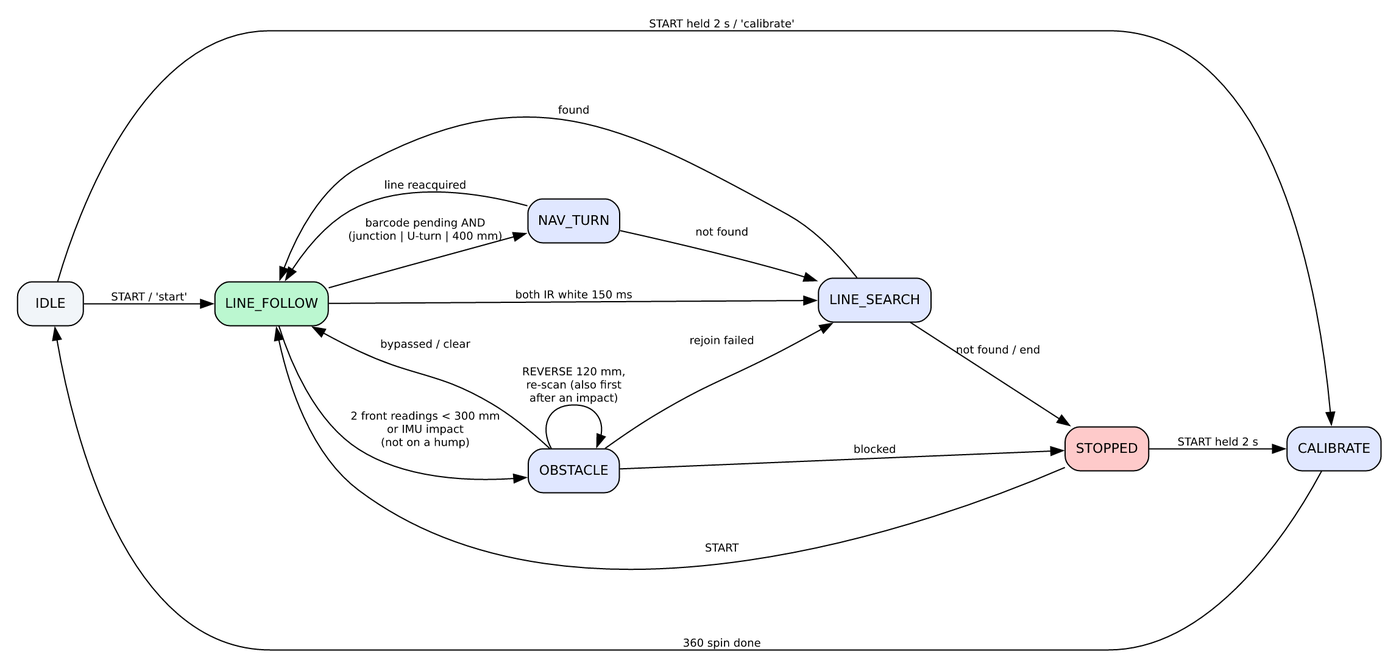
Before: docs/img/states.png, a diagram exported from Graphviz (lennoly/INF2004_Grp5). Its source is kept beside it as docs/img/states.dot. The source it was exported from:
```dot
digraph S {
  graph [rankdir=LR, fontname="Helvetica", nodesep=0.5, ranksep=0.7, pad=0.2];
  node [shape=box, style="rounded,filled", fillcolor="#e0e7ff", fontname="Helvetica", fontsize=11];
  edge [fontname="Helvetica", fontsize=9];
  IDLE -> CALIBRATE [label="START held 2 s / 'calibrate'"]; CALIBRATE -> IDLE [label="360 spin done"];
  IDLE -> LINE_FOLLOW [label="START / 'start'"];
  LINE_FOLLOW -> NAV_TURN [label="barcode pending AND\n(junction | U-turn | 400 mm)"];
  NAV_TURN -> LINE_FOLLOW [label="line reacquired"]; NAV_TURN -> LINE_SEARCH [label="not found"];
  LINE_FOLLOW -> LINE_SEARCH [label="both IR white 150 ms"];
  LINE_SEARCH -> LINE_FOLLOW [label="found"]; LINE_SEARCH -> STOPPED [label="not found / end"];
  LINE_FOLLOW -> OBSTACLE [label="2 front readings < 300 mm\nor IMU impact\n(not on a hump)"];
  OBSTACLE -> OBSTACLE [label="REVERSE 120 mm,\nre-scan (also first\nafter an impact)"];
  OBSTACLE -> LINE_FOLLOW [label="bypassed / clear"]; OBSTACLE -> LINE_SEARCH [label="rejoin failed"];
  OBSTACLE -> STOPPED [label="blocked"];
  STOPPED -> LINE_FOLLOW [label="START"]; STOPPED -> CALIBRATE [label="START held 2 s"];
  IDLE [fillcolor="#f1f5f9"]; STOPPED [fillcolor="#fecaca"]; LINE_FOLLOW [fillcolor="#bbf7d0"];
}
```
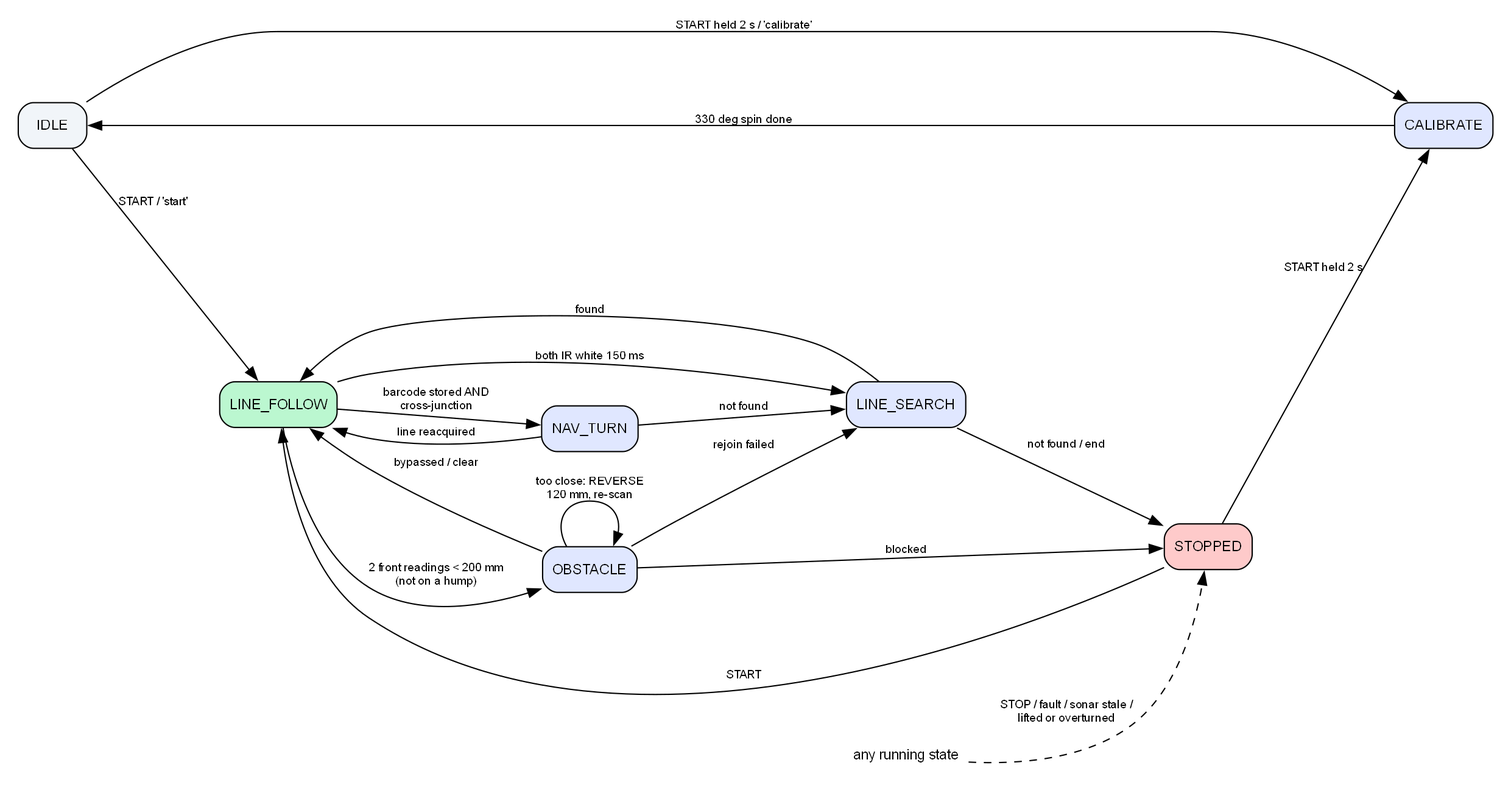
After the change.

Diff of the diagram source:
```diff
@@ -2,16 +2,18 @@
   graph [rankdir=LR, fontname="Helvetica", nodesep=0.5, ranksep=0.7, pad=0.2];
   node [shape=box, style="rounded,filled", fillcolor="#e0e7ff", fontname="Helvetica", fontsize=11];
   edge [fontname="Helvetica", fontsize=9];
-  IDLE -> CALIBRATE [label="START held 2 s / 'calibrate'"]; CALIBRATE -> IDLE [label="360 spin done"];
+  IDLE -> CALIBRATE [label="START held 2 s / 'calibrate'"]; CALIBRATE -> IDLE [label="330 deg spin done"];
   IDLE -> LINE_FOLLOW [label="START / 'start'"];
-  LINE_FOLLOW -> NAV_TURN [label="barcode pending AND\n(junction | U-turn | 400 mm)"];
+  LINE_FOLLOW -> NAV_TURN [label="barcode stored AND\ncross-junction"];
   NAV_TURN -> LINE_FOLLOW [label="line reacquired"]; NAV_TURN -> LINE_SEARCH [label="not found"];
   LINE_FOLLOW -> LINE_SEARCH [label="both IR white 150 ms"];
   LINE_SEARCH -> LINE_FOLLOW [label="found"]; LINE_SEARCH -> STOPPED [label="not found / end"];
-  LINE_FOLLOW -> OBSTACLE [label="2 front readings < 300 mm\nor IMU impact\n(not on a hump)"];
-  OBSTACLE -> OBSTACLE [label="REVERSE 120 mm,\nre-scan (also first\nafter an impact)"];
+  LINE_FOLLOW -> OBSTACLE [label="2 front readings < 200 mm\n(not on a hump)"];
+  OBSTACLE -> OBSTACLE [label="too close: REVERSE\n120 mm, re-scan"];
   OBSTACLE -> LINE_FOLLOW [label="bypassed / clear"]; OBSTACLE -> LINE_SEARCH [label="rejoin failed"];
   OBSTACLE -> STOPPED [label="blocked"];
+  RUN [label="any running state", shape=plaintext, style=""];
+  RUN -> STOPPED [label="STOP / fault / sonar stale /\nlifted or overturned", style=dashed];
   STOPPED -> LINE_FOLLOW [label="START"]; STOPPED -> CALIBRATE [label="START held 2 s"];
   IDLE [fillcolor="#f1f5f9"]; STOPPED [fillcolor="#fecaca"]; LINE_FOLLOW [fillcolor="#bbf7d0"];
 }
```
